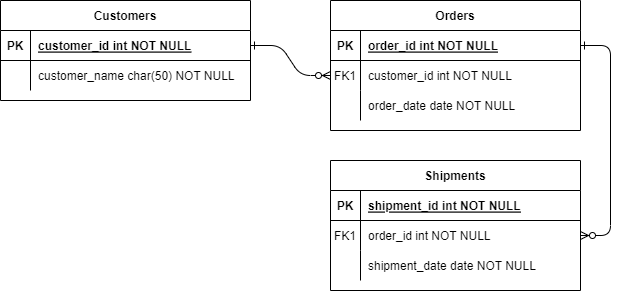
devansh19/Drawio keeps this draw.io diagram as Traffic Toll Plaza.drawio.png. Above is the earlier version. Source tidied: cells renumbered, new cells last; positions are measured from the earlier drawing's top-left corner, leaving out a move shared by most shapes.
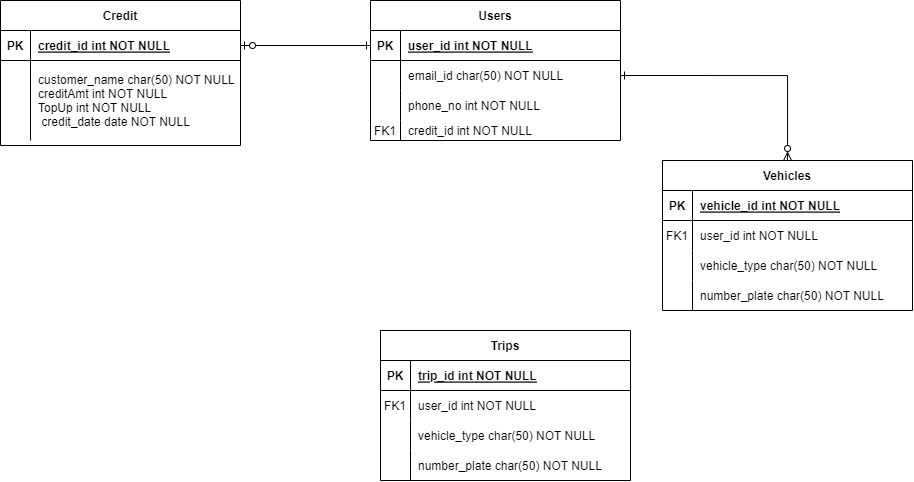
After the commit.

Diff of the diagram source:
```diff
@@ -2,14 +2,8 @@
   <root>
     <mxCell id="0" />
     <mxCell id="1" parent="0" />
-    <mxCell id="2" style="edgeStyle=entityRelationEdgeStyle;endArrow=ERzeroToMany;startArrow=ERone;endFill=1;startFill=0;" parent="1" edge="1" source="25" target="8">
-      <mxGeometry relative="1" as="geometry" />
-    </mxCell>
-    <mxCell id="3" style="edgeStyle=entityRelationEdgeStyle;endArrow=ERzeroToMany;startArrow=ERone;endFill=1;startFill=0;" parent="1" edge="1" source="5" target="18">
-      <mxGeometry relative="1" as="geometry" />
-    </mxCell>
-    <mxCell id="4" value="Orders" style="shape=table;startSize=30;rowLines=0;fontStyle=1;align=center;" parent="1" vertex="1">
-      <mxGeometry x="330" width="250" height="130" as="geometry" />
+    <mxCell id="4" value="Users" style="shape=table;startSize=30;rowLines=0;fontStyle=1;align=center;" parent="1" vertex="1">
+      <mxGeometry x="290" width="250" height="140" as="geometry" />
     </mxCell>
     <mxCell id="5" style="shape=partialRectangle;fillColor=none;points=[[0,0.5],[1,0.5]];portConstraint=eastwest;top=0;left=0;right=0;bottom=1;" parent="4" vertex="1">
       <mxGeometry y="30" width="250" height="30" as="geometry" />
@@ -17,16 +11,16 @@
     <mxCell id="6" value="PK" style="shape=partialRectangle;overflow=hidden;fillColor=none;top=0;left=0;bottom=0;right=0;fontStyle=1;" parent="5" vertex="1">
       <mxGeometry width="30" height="30" as="geometry" />
     </mxCell>
-    <mxCell id="7" value="order_id int NOT NULL " style="shape=partialRectangle;overflow=hidden;fillColor=none;top=0;left=0;bottom=0;right=0;align=left;spacingLeft=6;fontStyle=5;" parent="5" vertex="1">
+    <mxCell id="7" value="user_id int NOT NULL " style="shape=partialRectangle;overflow=hidden;fillColor=none;top=0;left=0;bottom=0;right=0;align=left;spacingLeft=6;fontStyle=5;" parent="5" vertex="1">
       <mxGeometry x="30" width="220" height="30" as="geometry" />
     </mxCell>
     <mxCell id="8" style="shape=partialRectangle;fillColor=none;points=[[0,0.5],[1,0.5]];portConstraint=eastwest;top=0;left=0;right=0;bottom=0;" parent="4" vertex="1">
       <mxGeometry y="60" width="250" height="30" as="geometry" />
     </mxCell>
-    <mxCell id="9" value="FK1" style="shape=partialRectangle;overflow=hidden;fillColor=none;top=0;left=0;bottom=0;right=0;" parent="8" vertex="1">
+    <mxCell id="9" style="shape=partialRectangle;overflow=hidden;fillColor=none;top=0;left=0;bottom=0;right=0;" parent="8" vertex="1">
       <mxGeometry width="30" height="30" as="geometry" />
     </mxCell>
-    <mxCell id="10" value="customer_id int NOT NULL" style="shape=partialRectangle;overflow=hidden;fillColor=none;top=0;left=0;bottom=0;right=0;align=left;spacingLeft=6;" parent="8" vertex="1">
+    <mxCell id="10" value="email_id char(50) NOT NULL" style="shape=partialRectangle;overflow=hidden;fillColor=none;top=0;left=0;bottom=0;right=0;align=left;spacingLeft=6;" parent="8" vertex="1">
       <mxGeometry x="30" width="220" height="30" as="geometry" />
     </mxCell>
     <mxCell id="11" style="shape=partialRectangle;fillColor=none;top=0;left=0;right=0;bottom=0;" parent="4" vertex="1">
@@ -35,11 +29,20 @@
     <mxCell id="12" style="shape=partialRectangle;overflow=hidden;fillColor=none;top=0;left=0;bottom=0;right=0;" parent="11" vertex="1">
       <mxGeometry width="30" height="30" as="geometry" />
     </mxCell>
-    <mxCell id="13" value="order_date date NOT NULL" style="shape=partialRectangle;overflow=hidden;fillColor=none;top=0;left=0;bottom=0;right=0;align=left;spacingLeft=6;" parent="11" vertex="1">
+    <mxCell id="13" value="phone_no int NOT NULL" style="shape=partialRectangle;overflow=hidden;fillColor=none;top=0;left=0;bottom=0;right=0;align=left;spacingLeft=6;" parent="11" vertex="1">
       <mxGeometry x="30" width="220" height="30" as="geometry" />
     </mxCell>
+    <mxCell id="31" style="shape=partialRectangle;fillColor=none;top=0;left=0;right=0;bottom=0;" parent="4" vertex="1">
+      <mxGeometry y="120" width="250" height="20" as="geometry" />
+    </mxCell>
+    <mxCell id="32" value="FK1" style="shape=partialRectangle;overflow=hidden;fillColor=none;top=0;left=0;bottom=0;right=0;" parent="31" vertex="1">
+      <mxGeometry width="30" height="20" as="geometry" />
+    </mxCell>
+    <mxCell id="33" value="credit_id int NOT NULL" style="shape=partialRectangle;overflow=hidden;fillColor=none;top=0;left=0;bottom=0;right=0;align=left;spacingLeft=6;" parent="31" vertex="1">
+      <mxGeometry x="30" width="220" height="20" as="geometry" />
+    </mxCell>
-    <mxCell id="14" value="Shipments" style="shape=table;startSize=30;rowLines=0;fontStyle=1;align=center;" parent="1" vertex="1">
-      <mxGeometry x="330" y="160" width="250" height="130" as="geometry" />
+    <mxCell id="14" value="Vehicles" style="shape=table;startSize=30;rowLines=0;fontStyle=1;align=center;" parent="1" vertex="1">
+      <mxGeometry x="582" y="160" width="250" height="150" as="geometry" />
     </mxCell>
     <mxCell id="15" style="shape=partialRectangle;fillColor=none;top=0;left=0;right=0;bottom=1;" parent="14" vertex="1">
       <mxGeometry y="30" width="250" height="30" as="geometry" />
@@ -47,7 +50,7 @@
     <mxCell id="16" value="PK" style="shape=partialRectangle;overflow=hidden;fillColor=none;top=0;left=0;bottom=0;right=0;fontStyle=1;" parent="15" vertex="1">
       <mxGeometry width="30" height="30" as="geometry" />
     </mxCell>
-    <mxCell id="17" value="shipment_id int NOT NULL " style="shape=partialRectangle;overflow=hidden;fillColor=none;top=0;left=0;bottom=0;right=0;align=left;spacingLeft=6;fontStyle=5;" parent="15" vertex="1">
+    <mxCell id="17" value="vehicle_id int NOT NULL " style="shape=partialRectangle;overflow=hidden;fillColor=none;top=0;left=0;bottom=0;right=0;align=left;spacingLeft=6;fontStyle=5;" parent="15" vertex="1">
       <mxGeometry x="30" width="220" height="30" as="geometry" />
     </mxCell>
     <mxCell id="18" style="shape=partialRectangle;fillColor=none;points=[[0,0.5],[1,0.5]];portConstraint=eastwest;top=0;left=0;right=0;bottom=0;" parent="14" vertex="1">
@@ -56,7 +59,7 @@
     <mxCell id="19" value="FK1" style="shape=partialRectangle;overflow=hidden;fillColor=none;top=0;left=0;bottom=0;right=0;" parent="18" vertex="1">
       <mxGeometry width="30" height="30" as="geometry" />
     </mxCell>
-    <mxCell id="20" value="order_id int NOT NULL" style="shape=partialRectangle;overflow=hidden;fillColor=none;top=0;left=0;bottom=0;right=0;align=left;spacingLeft=6;" parent="18" vertex="1">
+    <mxCell id="20" value="user_id int NOT NULL" style="shape=partialRectangle;overflow=hidden;fillColor=none;top=0;left=0;bottom=0;right=0;align=left;spacingLeft=6;" parent="18" vertex="1">
       <mxGeometry x="30" width="220" height="30" as="geometry" />
     </mxCell>
     <mxCell id="21" style="shape=partialRectangle;fillColor=none;top=0;left=0;right=0;bottom=0;" parent="14" vertex="1">
@@ -65,29 +68,83 @@
     <mxCell id="22" style="shape=partialRectangle;overflow=hidden;fillColor=none;top=0;left=0;bottom=0;right=0;" parent="21" vertex="1">
       <mxGeometry width="30" height="30" as="geometry" />
     </mxCell>
-    <mxCell id="23" value="shipment_date date NOT NULL" style="shape=partialRectangle;overflow=hidden;fillColor=none;top=0;left=0;bottom=0;right=0;align=left;spacingLeft=6;" parent="21" vertex="1">
+    <mxCell id="23" value="vehicle_type char(50) NOT NULL" style="shape=partialRectangle;overflow=hidden;fillColor=none;top=0;left=0;bottom=0;right=0;align=left;spacingLeft=6;" parent="21" vertex="1">
       <mxGeometry x="30" width="220" height="30" as="geometry" />
     </mxCell>
+    <mxCell id="34" style="shape=partialRectangle;fillColor=none;top=0;left=0;right=0;bottom=0;" parent="14" vertex="1">
+      <mxGeometry y="120" width="250" height="30" as="geometry" />
+    </mxCell>
+    <mxCell id="35" style="shape=partialRectangle;overflow=hidden;fillColor=none;top=0;left=0;bottom=0;right=0;" parent="34" vertex="1">
+      <mxGeometry width="30" height="30" as="geometry" />
+    </mxCell>
+    <mxCell id="36" value="number_plate char(50) NOT NULL" style="shape=partialRectangle;overflow=hidden;fillColor=none;top=0;left=0;bottom=0;right=0;align=left;spacingLeft=6;" parent="34" vertex="1">
+      <mxGeometry x="30" width="220" height="30" as="geometry" />
+    </mxCell>
-    <mxCell id="24" value="Customers" style="shape=table;startSize=30;rowLines=0;fontStyle=1;align=center;" parent="1" vertex="1">
-      <mxGeometry width="250" height="100" as="geometry" />
+    <mxCell id="24" value="Credit" style="shape=table;startSize=30;rowLines=0;fontStyle=1;align=center;" parent="1" vertex="1">
+      <mxGeometry x="-80" width="240" height="145" as="geometry" />
     </mxCell>
     <mxCell id="25" style="shape=partialRectangle;fillColor=none;points=[[0,0.5],[1,0.5]];portConstraint=eastwest;top=0;left=0;right=0;bottom=1;" parent="24" vertex="1">
-      <mxGeometry y="30" width="250" height="30" as="geometry" />
+      <mxGeometry y="30" width="240" height="30" as="geometry" />
     </mxCell>
     <mxCell id="26" value="PK" style="shape=partialRectangle;overflow=hidden;fillColor=none;top=0;left=0;bottom=0;right=0;fontStyle=1;" parent="25" vertex="1">
       <mxGeometry width="30" height="30" as="geometry" />
     </mxCell>
-    <mxCell id="27" value="customer_id int NOT NULL " style="shape=partialRectangle;overflow=hidden;fillColor=none;top=0;left=0;bottom=0;right=0;align=left;spacingLeft=6;fontStyle=5;" parent="25" vertex="1">
-      <mxGeometry x="30" width="220" height="30" as="geometry" />
+    <mxCell id="27" value="credit_id int NOT NULL " style="shape=partialRectangle;overflow=hidden;fillColor=none;top=0;left=0;bottom=0;right=0;align=left;spacingLeft=6;fontStyle=5;" parent="25" vertex="1">
+      <mxGeometry x="30" width="210" height="30" as="geometry" />
     </mxCell>
     <mxCell id="28" style="shape=partialRectangle;fillColor=none;top=0;left=0;right=0;bottom=0;" parent="24" vertex="1">
-      <mxGeometry y="60" width="250" height="30" as="geometry" />
+      <mxGeometry y="60" width="240" height="80" as="geometry" />
     </mxCell>
     <mxCell id="29" style="shape=partialRectangle;overflow=hidden;fillColor=none;top=0;left=0;bottom=0;right=0;" parent="28" vertex="1">
-      <mxGeometry width="30" height="30" as="geometry" />
+      <mxGeometry width="30" height="80" as="geometry" />
     </mxCell>
-    <mxCell id="30" value="customer_name char(50) NOT NULL" style="shape=partialRectangle;overflow=hidden;fillColor=none;top=0;left=0;bottom=0;right=0;align=left;spacingLeft=6;" parent="28" vertex="1">
-      <mxGeometry x="30" width="220" height="30" as="geometry" />
+    <mxCell id="30" value="customer_name char(50) NOT NULL&#10;creditAmt int NOT NULL&#10;TopUp int NOT NULL&#10; credit_date date NOT NULL" style="shape=partialRectangle;overflow=hidden;fillColor=none;top=0;left=0;bottom=0;right=0;align=left;spacingLeft=6;" parent="28" vertex="1">
+      <mxGeometry x="30" width="210" height="80" as="geometry" />
     </mxCell>
+    <mxCell id="37" style="edgeStyle=orthogonalEdgeStyle;rounded=0;jettySize=auto;html=1;exitX=1;exitY=0.5;exitDx=0;exitDy=0;entryX=0;entryY=0.5;entryDx=0;entryDy=0;startArrow=ERzeroToOne;startFill=0;endArrow=ERone;endFill=0;" parent="1" edge="1" source="25" target="5">
+      <mxGeometry relative="1" as="geometry" />
+    </mxCell>
+    <mxCell id="38" style="edgeStyle=orthogonalEdgeStyle;rounded=0;jettySize=auto;html=1;exitX=1;exitY=0.5;exitDx=0;exitDy=0;startArrow=ERone;startFill=0;endArrow=ERzeroToMany;endFill=0;" parent="1" edge="1" source="8" target="14">
+      <mxGeometry relative="1" as="geometry" />
+    </mxCell>
+    <mxCell id="39" value="Trips" style="shape=table;startSize=30;rowLines=0;fontStyle=1;align=center;" parent="1" vertex="1">
+      <mxGeometry x="300" y="330" width="250" height="150" as="geometry" />
+    </mxCell>
+    <mxCell id="40" style="shape=partialRectangle;fillColor=none;top=0;left=0;right=0;bottom=1;" parent="39" vertex="1">
+      <mxGeometry y="30" width="250" height="30" as="geometry" />
+    </mxCell>
+    <mxCell id="41" value="PK" style="shape=partialRectangle;overflow=hidden;fillColor=none;top=0;left=0;bottom=0;right=0;fontStyle=1;" parent="40" vertex="1">
+      <mxGeometry width="30" height="30" as="geometry" />
+    </mxCell>
+    <mxCell id="42" value="trip_id int NOT NULL " style="shape=partialRectangle;overflow=hidden;fillColor=none;top=0;left=0;bottom=0;right=0;align=left;spacingLeft=6;fontStyle=5;" parent="40" vertex="1">
+      <mxGeometry x="30" width="220" height="30" as="geometry" />
+    </mxCell>
+    <mxCell id="43" style="shape=partialRectangle;fillColor=none;top=0;left=0;right=0;bottom=0;" parent="39" vertex="1">
+      <mxGeometry y="60" width="250" height="30" as="geometry" />
+    </mxCell>
+    <mxCell id="44" value="FK1" style="shape=partialRectangle;overflow=hidden;fillColor=none;top=0;left=0;bottom=0;right=0;" parent="43" vertex="1">
+      <mxGeometry width="30" height="30" as="geometry" />
+    </mxCell>
+    <mxCell id="45" value="user_id int NOT NULL" style="shape=partialRectangle;overflow=hidden;fillColor=none;top=0;left=0;bottom=0;right=0;align=left;spacingLeft=6;" parent="43" vertex="1">
+      <mxGeometry x="30" width="220" height="30" as="geometry" />
+    </mxCell>
+    <mxCell id="46" style="shape=partialRectangle;fillColor=none;top=0;left=0;right=0;bottom=0;" parent="39" vertex="1">
+      <mxGeometry y="90" width="250" height="30" as="geometry" />
+    </mxCell>
+    <mxCell id="47" style="shape=partialRectangle;overflow=hidden;fillColor=none;top=0;left=0;bottom=0;right=0;" parent="46" vertex="1">
+      <mxGeometry width="30" height="30" as="geometry" />
+    </mxCell>
+    <mxCell id="48" value="vehicle_type char(50) NOT NULL" style="shape=partialRectangle;overflow=hidden;fillColor=none;top=0;left=0;bottom=0;right=0;align=left;spacingLeft=6;" parent="46" vertex="1">
+      <mxGeometry x="30" width="220" height="30" as="geometry" />
+    </mxCell>
+    <mxCell id="49" style="shape=partialRectangle;fillColor=none;top=0;left=0;right=0;bottom=0;" parent="39" vertex="1">
+      <mxGeometry y="120" width="250" height="30" as="geometry" />
+    </mxCell>
+    <mxCell id="50" style="shape=partialRectangle;overflow=hidden;fillColor=none;top=0;left=0;bottom=0;right=0;" parent="49" vertex="1">
+      <mxGeometry width="30" height="30" as="geometry" />
+    </mxCell>
+    <mxCell id="51" value="number_plate char(50) NOT NULL" style="shape=partialRectangle;overflow=hidden;fillColor=none;top=0;left=0;bottom=0;right=0;align=left;spacingLeft=6;" parent="49" vertex="1">
+      <mxGeometry x="30" width="220" height="30" as="geometry" />
+    </mxCell>
   </root>
 </mxGraphModel>
```
